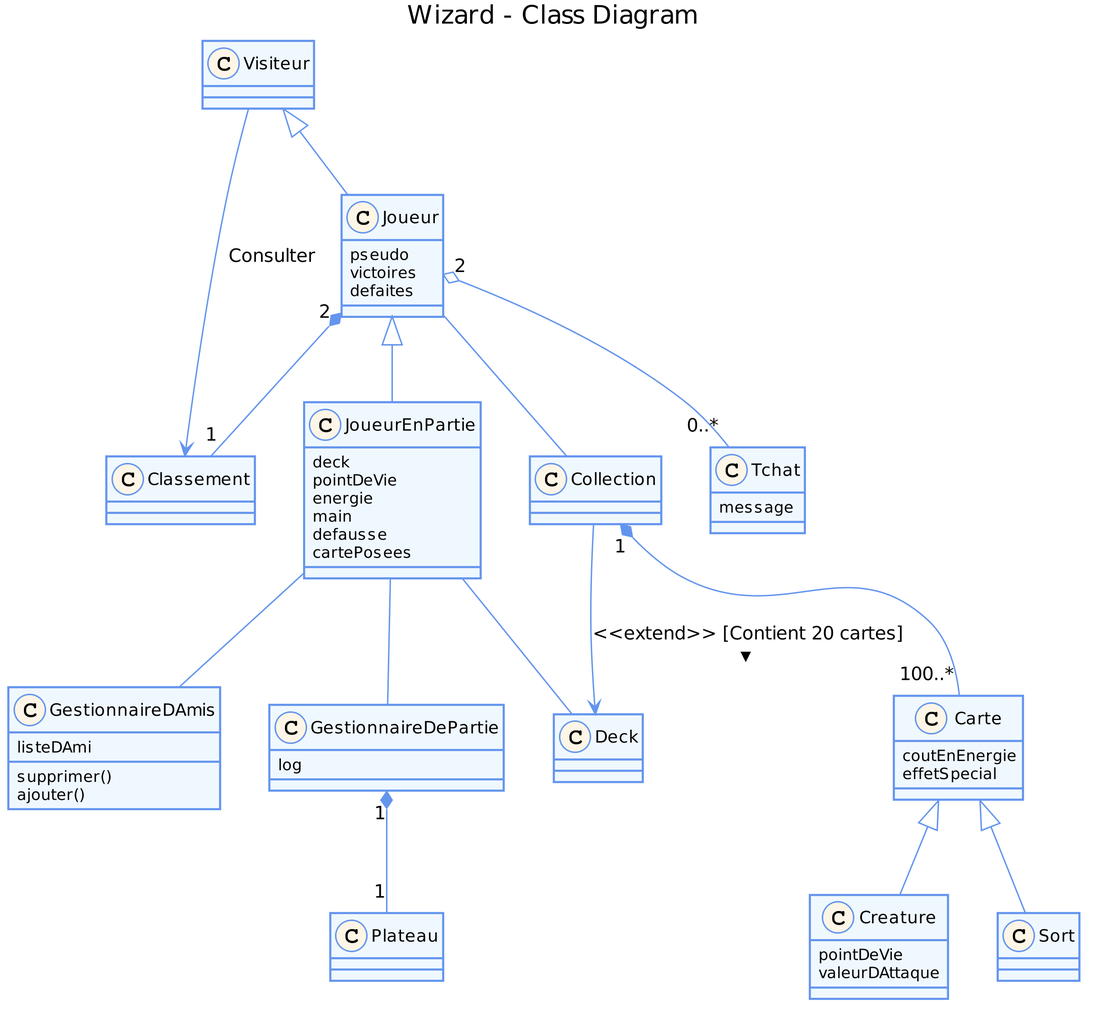
elishadrion/tetris keeps this PlantUML diagram as uml_files/ClassDiagram.png. Above is the earlier version.
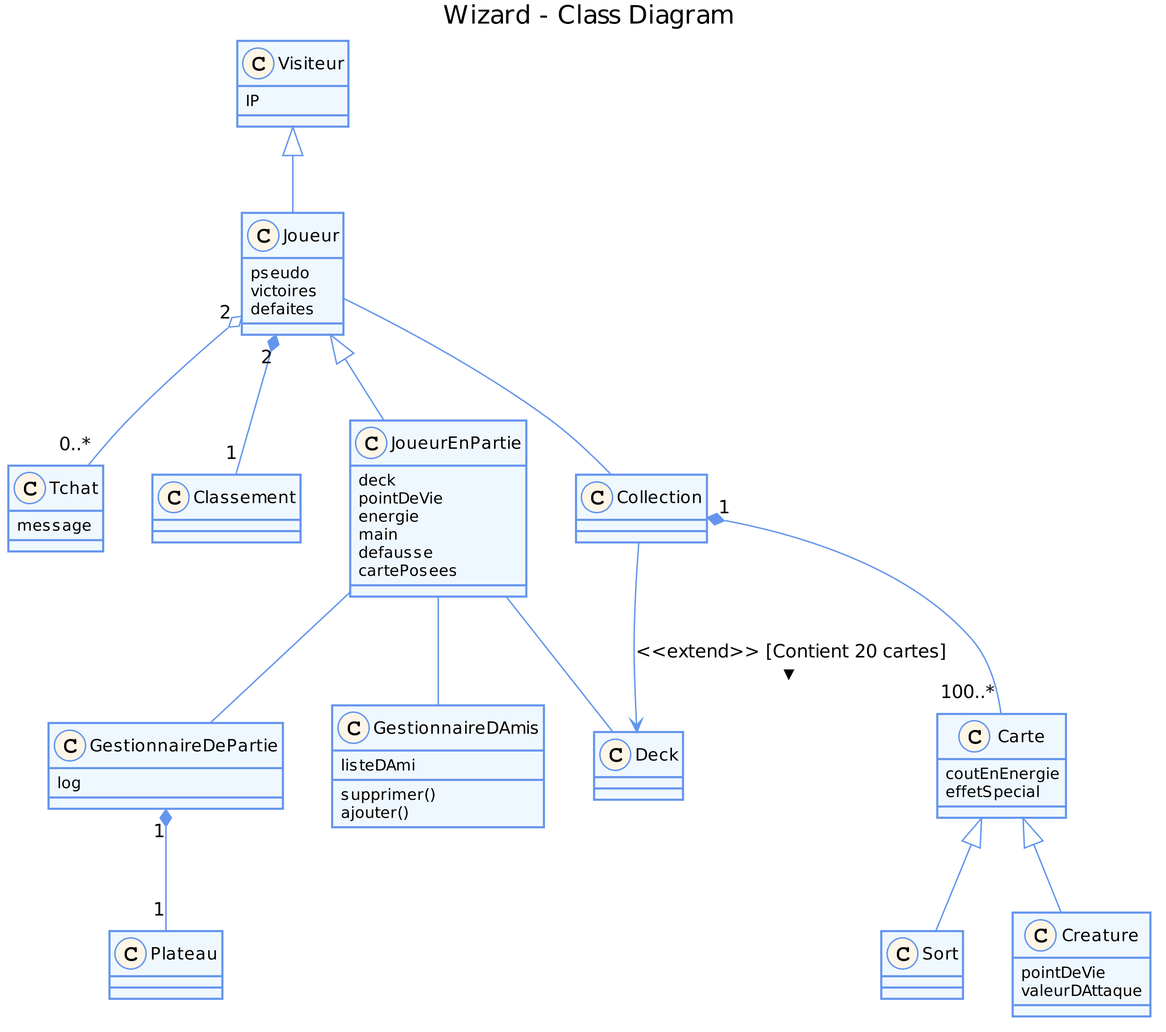
The same file after the commit.

Diff of the diagram source:
```diff
@@ -15,6 +15,7 @@
 skinparam stereotypeCBackgroundColor OldLace
 
 class Visiteur {
+  IP
 }
 
 class Tchat {
@@ -77,7 +78,6 @@
 
 
 Visiteur <|-- Joueur
-Visiteur --> Classement : Consulter
 Joueur "2" *-- "1" Classement
 Joueur "2" o-- "0..*" Tchat
 Joueur <|-- JoueurEnPartie
```
